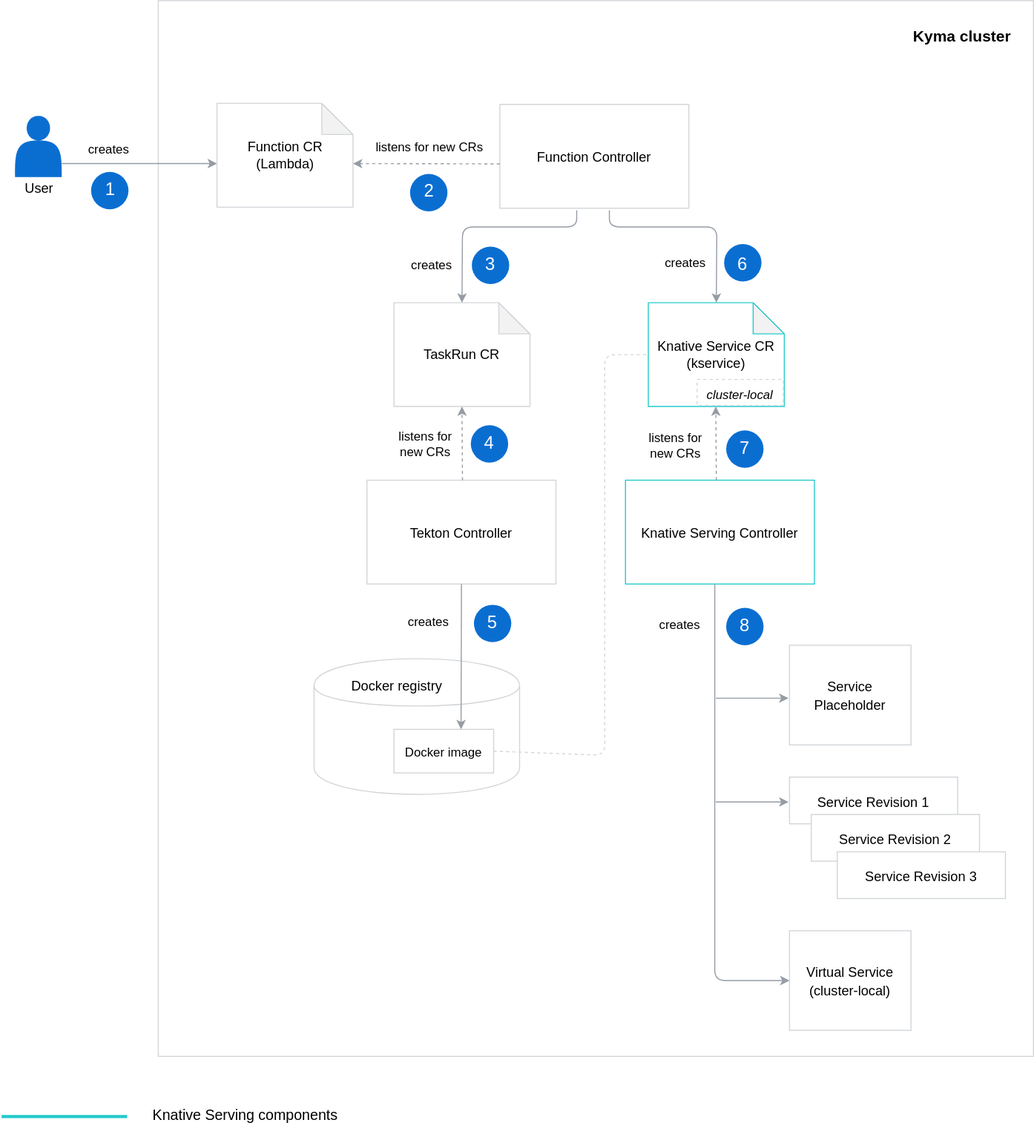
kyma-project/kyma keeps this draw.io diagram as docs/serverless-v2/assets/serverless-v2-architecture.svg. Above is the earlier version. Source tidied: cells renumbered, new cells last; positions are measured from the earlier drawing's top-left corner, leaving out a move shared by most shapes.
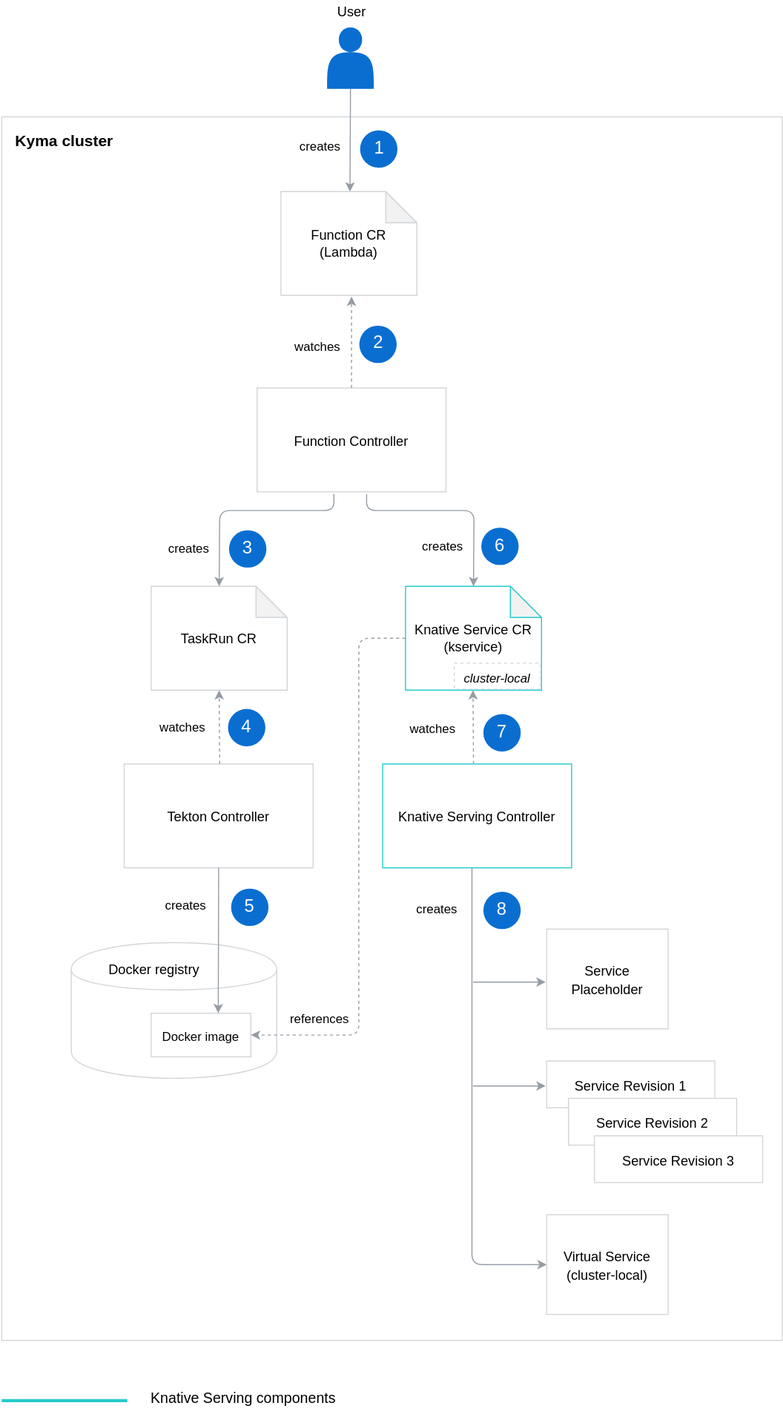
Above is the later version.

The edit, as a diff of the source:
```diff
@@ -3,39 +3,38 @@
     <mxCell id="0" />
     <mxCell id="1" parent="0" />
     <mxCell id="2" value="&lt;font style=&quot;font-size: 13px&quot;&gt;&lt;br&gt;&lt;/font&gt;" style="rounded=0;whiteSpace=wrap;html=1;labelBackgroundColor=none;strokeColor=#D2D5D9;strokeWidth=1;fillColor=#FFFFFF;gradientColor=none;fontFamily=Helvetica;fontSize=15;fontColor=#000000;" parent="1" vertex="1">
-      <mxGeometry x="151" width="843" height="1017" as="geometry" />
+      <mxGeometry x="234" y="-161" width="752" height="1178" as="geometry" />
     </mxCell>
     <mxCell id="3" value="&lt;font style=&quot;font-size: 15px&quot;&gt;&lt;b&gt;Kyma cluster&lt;/b&gt;&lt;/font&gt;" style="text;html=1;strokeColor=none;fillColor=none;align=center;verticalAlign=middle;whiteSpace=wrap;rounded=0;" parent="1" vertex="1">
-      <mxGeometry x="874" y="19" width="103" height="30" as="geometry" />
+      <mxGeometry x="243" y="-153.5" width="103" height="30" as="geometry" />
     </mxCell>
     <mxCell id="4" value="&lt;font style=&quot;font-size: 13px&quot;&gt;User&lt;/font&gt;" style="text;html=1;strokeColor=none;fillColor=none;align=center;verticalAlign=middle;whiteSpace=wrap;rounded=0;dashed=1;labelBackgroundColor=none;fontFamily=Helvetica;fontSize=15;fontColor=#000000;" parent="1" vertex="1">
-      <mxGeometry y="170" width="73" height="20" as="geometry" />
+      <mxGeometry x="534.5" y="-273" width="73" height="20" as="geometry" />
     </mxCell>
-    <mxCell id="5" style="endArrow=classic;html=1;strokeColor=#959CA4;strokeWidth=1;fontFamily=Helvetica;fontSize=15;fontColor=#000000;" parent="1" edge="1">
+    <mxCell id="5" style="endArrow=classic;html=1;strokeColor=#959CA4;strokeWidth=1;fontFamily=Helvetica;fontSize=15;fontColor=#000000;entryX=0;entryY=0;entryDx=50.5;entryDy=0;entryPerimeter=0;exitX=0.5;exitY=1;exitDx=0;exitDy=0;" parent="1" edge="1" source="7">
       <mxGeometry relative="1" as="geometry">
-        <mxPoint x="58" y="157" as="sourcePoint" />
-        <mxPoint x="207.5" y="157" as="targetPoint" />
+        <mxPoint x="569.5" y="-89" as="targetPoint" />
       </mxGeometry>
     </mxCell>
     <mxCell id="6" value="creates&lt;br&gt;" style="text;html=1;strokeColor=none;fillColor=none;align=center;verticalAlign=middle;whiteSpace=wrap;rounded=0;" parent="1" vertex="1">
-      <mxGeometry x="69" y="135" width="68.5" height="18.5" as="geometry" />
+      <mxGeometry x="514" y="-141.5" width="53.5" height="18" as="geometry" />
     </mxCell>
     <mxCell id="7" style="shape=actor;whiteSpace=wrap;html=1;strokeColor=none;strokeWidth=1;fillColor=#0A6ED1;gradientColor=none;fontFamily=Helvetica;fontSize=12;" parent="1" vertex="1">
-      <mxGeometry x="13" y="111" width="45" height="59" as="geometry" />
+      <mxGeometry x="547.5" y="-247" width="45" height="59" as="geometry" />
     </mxCell>
     <mxCell id="8" value="&lt;font style=&quot;font-size: 13px&quot;&gt;Function Controller&lt;br&gt;&lt;/font&gt;" style="rounded=0;whiteSpace=wrap;html=1;labelBackgroundColor=none;strokeColor=#D2D5D9;strokeWidth=1;fillColor=#FFFFFF;gradientColor=none;fontFamily=Helvetica;fontSize=15;fontColor=#000000;" parent="1" vertex="1">
       <mxGeometry x="480" y="100" width="182" height="100" as="geometry" />
     </mxCell>
     <mxCell id="9" value="&lt;font style=&quot;font-size: 13px&quot;&gt;Function CR&lt;br&gt;(Lambda)&lt;br&gt;&lt;/font&gt;" style="shape=note;whiteSpace=wrap;html=1;backgroundOutline=1;darkOpacity=0.05;strokeColor=#D2D5D9;" parent="1" vertex="1">
-      <mxGeometry x="207.5" y="99" width="131" height="100" as="geometry" />
+      <mxGeometry x="503" y="-89" width="131" height="100" as="geometry" />
     </mxCell>
-    <mxCell id="10" style="endArrow=classic;html=1;strokeColor=#959CA4;strokeWidth=1;fontFamily=Helvetica;fontSize=15;fontColor=#000000;entryX=1.011;entryY=0.499;entryDx=0;entryDy=0;entryPerimeter=0;exitX=0;exitY=0.573;exitDx=0;exitDy=0;exitPerimeter=0;dashed=1;" parent="1" edge="1" source="8">
+    <mxCell id="10" style="endArrow=classic;html=1;strokeColor=#959CA4;strokeWidth=1;fontFamily=Helvetica;fontSize=15;fontColor=#000000;exitX=0.5;exitY=0;exitDx=0;exitDy=0;dashed=1;" parent="1" edge="1" source="8">
       <mxGeometry relative="1" as="geometry">
-        <mxPoint x="338.5" y="157" as="targetPoint" />
+        <mxPoint x="571" y="12" as="targetPoint" />
       </mxGeometry>
     </mxCell>
-    <mxCell id="11" value="listens for new CRs" style="text;html=1;strokeColor=none;fillColor=none;align=center;verticalAlign=middle;whiteSpace=wrap;rounded=0;" parent="1" vertex="1">
-      <mxGeometry x="352" y="129.5" width="121" height="24" as="geometry" />
+    <mxCell id="11" value="watches" style="text;html=1;strokeColor=none;fillColor=none;align=center;verticalAlign=middle;whiteSpace=wrap;rounded=0;" parent="1" vertex="1">
+      <mxGeometry x="509" y="50" width="58.5" height="22" as="geometry" />
     </mxCell>
     <mxCell id="12" value="&lt;font style=&quot;font-size: 13px&quot;&gt;TaskRun CR&lt;/font&gt;" style="shape=note;whiteSpace=wrap;html=1;backgroundOutline=1;darkOpacity=0.05;strokeColor=#D2D5D9;" parent="1" vertex="1">
       <mxGeometry x="378" y="291" width="131" height="100" as="geometry" />
@@ -117,10 +116,10 @@
       </mxGeometry>
     </mxCell>
     <mxCell id="31" style="ellipse;whiteSpace=wrap;html=1;labelBackgroundColor=none;strokeColor=none;strokeWidth=1;fillColor=#0A6ED1;gradientColor=none;fontFamily=Helvetica;fontSize=15;fontColor=#000000;" parent="1" vertex="1">
-      <mxGeometry x="86.2" y="165" width="36" height="36" as="geometry" />
+      <mxGeometry x="579.2" y="-148" width="36" height="36" as="geometry" />
     </mxCell>
     <mxCell id="32" style="ellipse;whiteSpace=wrap;html=1;labelBackgroundColor=none;strokeColor=none;strokeWidth=1;fillColor=#0A6ED1;gradientColor=none;fontFamily=Helvetica;fontSize=15;fontColor=#000000;" parent="1" vertex="1">
-      <mxGeometry x="393.5" y="167" width="36" height="36" as="geometry" />
+      <mxGeometry x="578.5" y="40" width="36" height="36" as="geometry" />
     </mxCell>
     <mxCell id="33" style="ellipse;whiteSpace=wrap;html=1;labelBackgroundColor=none;strokeColor=none;strokeWidth=1;fillColor=#0A6ED1;gradientColor=none;fontFamily=Helvetica;fontSize=15;fontColor=#000000;" parent="1" vertex="1">
       <mxGeometry x="453" y="237" width="36" height="36" as="geometry" />
@@ -128,14 +127,6 @@
     <mxCell id="34" style="ellipse;whiteSpace=wrap;html=1;labelBackgroundColor=none;strokeColor=none;strokeWidth=1;fillColor=#0A6ED1;gradientColor=none;fontFamily=Helvetica;fontSize=15;fontColor=#000000;" parent="1" vertex="1">
       <mxGeometry x="696" y="234.5" width="36" height="36" as="geometry" />
     </mxCell>
-    <mxCell id="35" style="endArrow=none;dashed=1;html=1;entryX=0;entryY=0.5;entryDx=0;entryDy=0;entryPerimeter=0;strokeColor=#D2D5D9;exitX=1;exitY=0.5;exitDx=0;exitDy=0;" parent="1" edge="1" source="17" target="13">
-      <mxGeometry relative="1" as="geometry">
-        <Array as="points">
-          <mxPoint x="581" y="727" />
-          <mxPoint x="581" y="341" />
-        </Array>
-      </mxGeometry>
-    </mxCell>
     <mxCell id="36" value="&lt;font&gt;&lt;i&gt;&lt;font style=&quot;font-size: 12px&quot;&gt;cluster-local&lt;/font&gt;&lt;/i&gt;&lt;br&gt;&lt;/font&gt;" style="rounded=0;whiteSpace=wrap;html=1;labelBackgroundColor=none;strokeColor=#D2D5D9;strokeWidth=1;fillColor=#FFFFFF;gradientColor=none;fontFamily=Helvetica;fontSize=15;fontColor=#000000;dashed=1;" parent="1" vertex="1">
       <mxGeometry x="670" y="365" width="83" height="25" as="geometry" />
     </mxCell>
@@ -160,10 +151,10 @@
         </Array>
       </mxGeometry>
     </mxCell>
-    <mxCell id="42" value="listens for new CRs" style="text;html=1;strokeColor=none;fillColor=none;align=center;verticalAlign=middle;whiteSpace=wrap;rounded=0;" parent="1" vertex="1">
+    <mxCell id="42" value="watches" style="text;html=1;strokeColor=none;fillColor=none;align=center;verticalAlign=middle;whiteSpace=wrap;rounded=0;" parent="1" vertex="1">
       <mxGeometry x="374" y="412" width="69" height="30" as="geometry" />
     </mxCell>
-    <mxCell id="43" value="listens for new CRs" style="text;html=1;strokeColor=none;fillColor=none;align=center;verticalAlign=middle;whiteSpace=wrap;rounded=0;" parent="1" vertex="1">
+    <mxCell id="43" value="watches" style="text;html=1;strokeColor=none;fillColor=none;align=center;verticalAlign=middle;whiteSpace=wrap;rounded=0;" parent="1" vertex="1">
       <mxGeometry x="615" y="414" width="69" height="30" as="geometry" />
     </mxCell>
     <mxCell id="44" value="creates" style="text;html=1;strokeColor=none;fillColor=none;align=center;verticalAlign=middle;whiteSpace=wrap;rounded=0;" parent="1" vertex="1">
@@ -179,10 +170,10 @@
       <mxGeometry x="631" y="243" width="56" height="19" as="geometry" />
     </mxCell>
     <mxCell id="48" value="&lt;font style=&quot;font-size: 17px&quot; color=&quot;#ffffff&quot;&gt;1&lt;/font&gt;" style="text;html=1;strokeColor=none;fillColor=none;align=center;verticalAlign=middle;whiteSpace=wrap;rounded=0;labelBackgroundColor=none;fontFamily=Helvetica;fontSize=15;fontColor=#000000;" parent="1" vertex="1">
-      <mxGeometry x="97.2" y="176.5" width="16" height="13" as="geometry" />
+      <mxGeometry x="590.2" y="-136.5" width="16" height="13" as="geometry" />
     </mxCell>
     <mxCell id="49" value="&lt;font style=&quot;font-size: 17px&quot; color=&quot;#ffffff&quot;&gt;2&lt;/font&gt;" style="text;html=1;strokeColor=none;fillColor=none;align=center;verticalAlign=middle;whiteSpace=wrap;rounded=0;labelBackgroundColor=none;fontFamily=Helvetica;fontSize=15;fontColor=#000000;" parent="1" vertex="1">
-      <mxGeometry x="403.5" y="177" width="16" height="13" as="geometry" />
+      <mxGeometry x="588.5" y="50" width="16" height="13" as="geometry" />
     </mxCell>
     <mxCell id="50" value="&lt;font style=&quot;font-size: 17px&quot; color=&quot;#ffffff&quot;&gt;3&lt;/font&gt;" style="text;html=1;strokeColor=none;fillColor=none;align=center;verticalAlign=middle;whiteSpace=wrap;rounded=0;labelBackgroundColor=none;fontFamily=Helvetica;fontSize=15;fontColor=#000000;" parent="1" vertex="1">
       <mxGeometry x="463" y="248.5" width="16" height="13" as="geometry" />
@@ -200,16 +191,27 @@
       <mxGeometry x="708" y="425.5" width="16" height="13" as="geometry" />
     </mxCell>
     <mxCell id="55" value="&lt;font style=&quot;font-size: 17px&quot; color=&quot;#ffffff&quot;&gt;6&lt;/font&gt;" style="text;html=1;strokeColor=none;fillColor=none;align=center;verticalAlign=middle;whiteSpace=wrap;rounded=0;labelBackgroundColor=none;fontFamily=Helvetica;fontSize=15;fontColor=#000000;" parent="1" vertex="1">
-      <mxGeometry x="706" y="248.5" width="16" height="13" as="geometry" />
+      <mxGeometry x="706" y="246.5" width="16" height="13" as="geometry" />
     </mxCell>
     <mxCell id="56" style="endArrow=none;html=1;strokeColor=#24CACC;strokeWidth=3;" parent="1" edge="1">
       <mxGeometry relative="1" as="geometry">
-        <mxPoint y="1075" as="sourcePoint" />
-        <mxPoint x="121" y="1075" as="targetPoint" />
+        <mxPoint x="234" y="1075" as="sourcePoint" />
+        <mxPoint x="355" y="1075" as="targetPoint" />
       </mxGeometry>
     </mxCell>
     <mxCell id="57" value="&lt;span style=&quot;font-size: 14px&quot;&gt;Knative Serving components&lt;/span&gt;" style="text;html=1;strokeColor=none;fillColor=none;align=center;verticalAlign=middle;whiteSpace=wrap;rounded=0;" parent="1" vertex="1">
-      <mxGeometry x="137.5" y="1051" width="193.5" height="46" as="geometry" />
+      <mxGeometry x="370" y="1050" width="193.5" height="46" as="geometry" />
     </mxCell>
+    <mxCell id="58" value="references" style="text;html=1;strokeColor=none;fillColor=none;align=center;verticalAlign=middle;whiteSpace=wrap;rounded=0;" parent="1" vertex="1">
+      <mxGeometry x="512.5" y="694" width="55" height="28" as="geometry" />
+    </mxCell>
+    <mxCell id="59" style="endArrow=classic;html=1;strokeWidth=1;strokeColor=#959CA4;entryX=1;entryY=0.5;entryDx=0;entryDy=0;dashed=1;exitX=0;exitY=0.5;exitDx=0;exitDy=0;exitPerimeter=0;" parent="1" edge="1" source="13" target="17">
+      <mxGeometry relative="1" as="geometry">
+        <Array as="points">
+          <mxPoint x="578" y="341" />
+          <mxPoint x="578" y="723" />
+        </Array>
+      </mxGeometry>
+    </mxCell>
   </root>
 </mxGraphModel>
```
